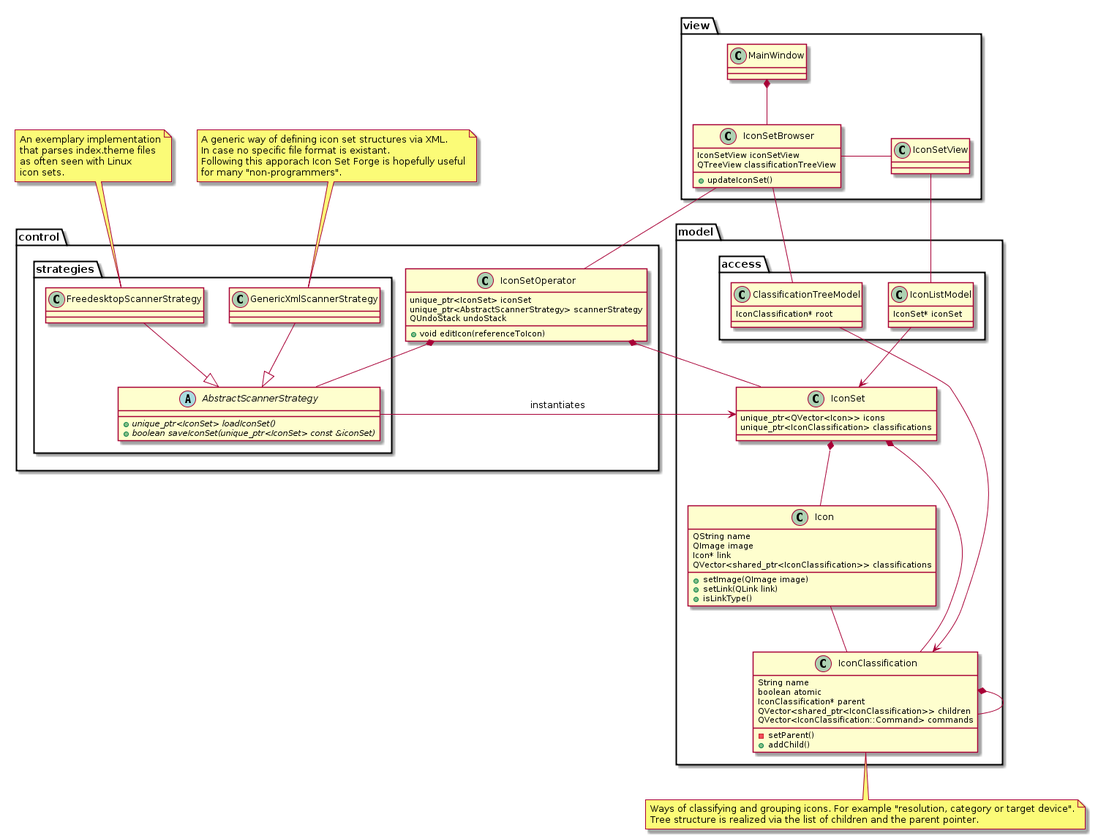
Earlier version of the PlantUML export Concept/UML/classes.png (Manuel-Kehl/Icon-Set-Forge).
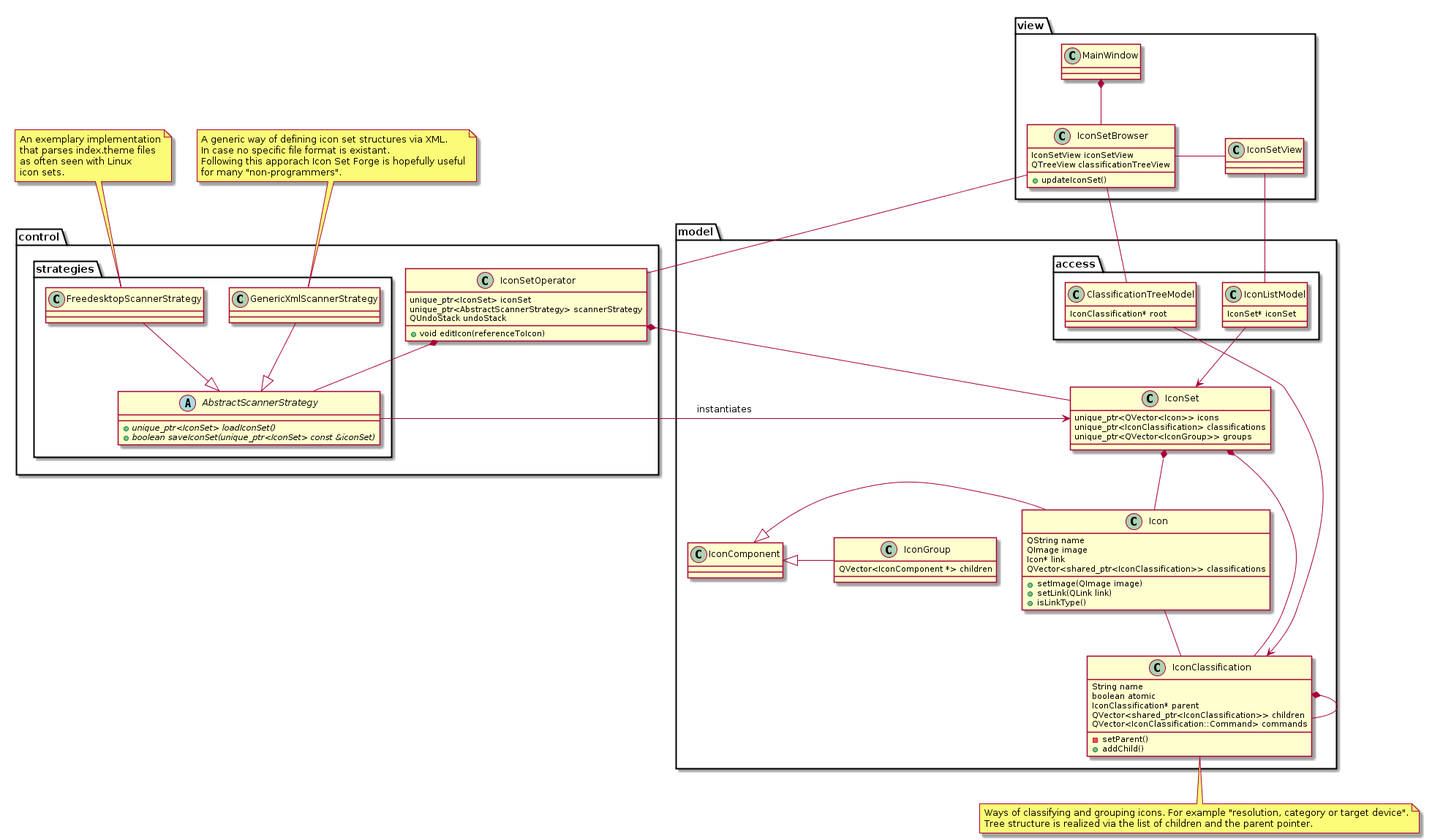
The same diagram one commit later.

Commit message:
Added the Compoosite pattern classes to the class diagram.

Diff of the diagram source:
```diff
@@ -46,6 +46,13 @@
 	class IconSet {
 		unique_ptr<QVector<Icon>> icons
 		unique_ptr<IconClassification> classifications
+		unique_ptr<QVector<IconGroup>> groups
+	}
+
+	class IconComponent
+
+	class IconGroup {
+		QVector<IconComponent *> children
 	}
 
 	class Icon {
@@ -83,6 +90,8 @@
 IconSetOperator *-- IconSet
 IconSetOperator *-- AbstractScannerStrategy
 IconSetOperator -- IconSetBrowser
+IconComponent <|- Icon
+IconComponent <|- IconGroup
 
 note bottom of IconClassification: Ways of classifying and grouping icons. For example "resolution, category or target device".\nTree structure is realized via the list of children and the parent pointer.
 
```
